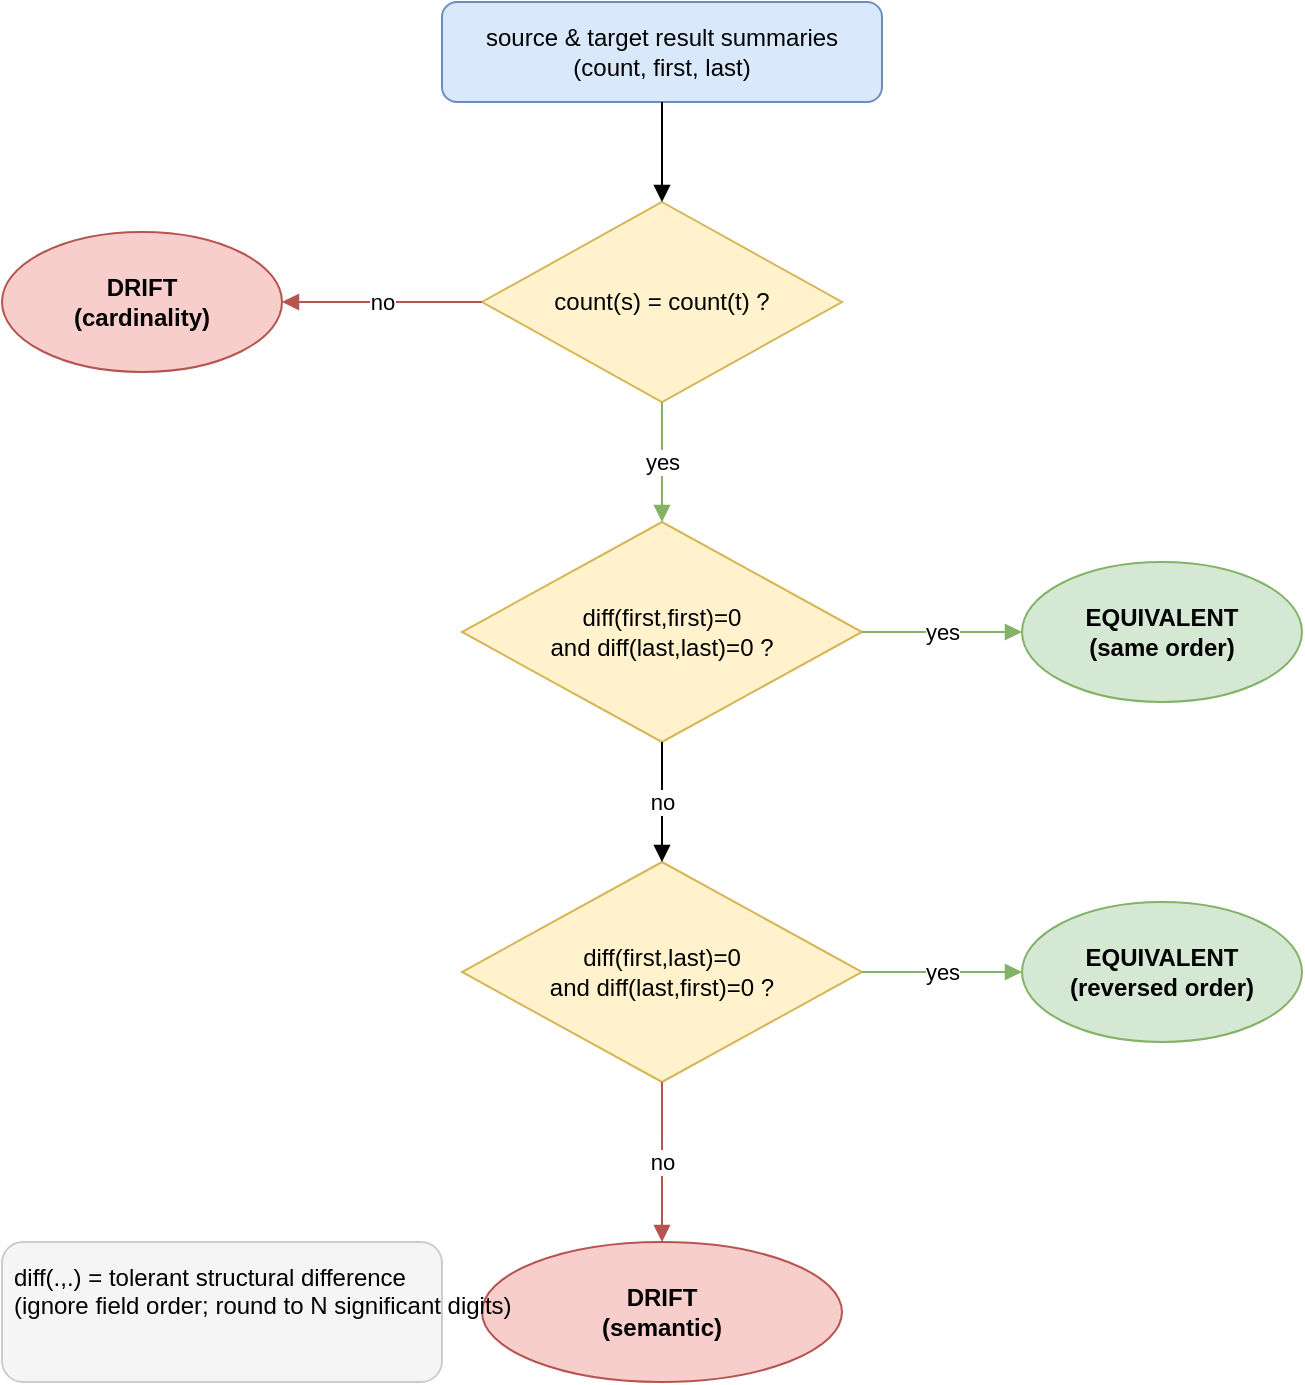
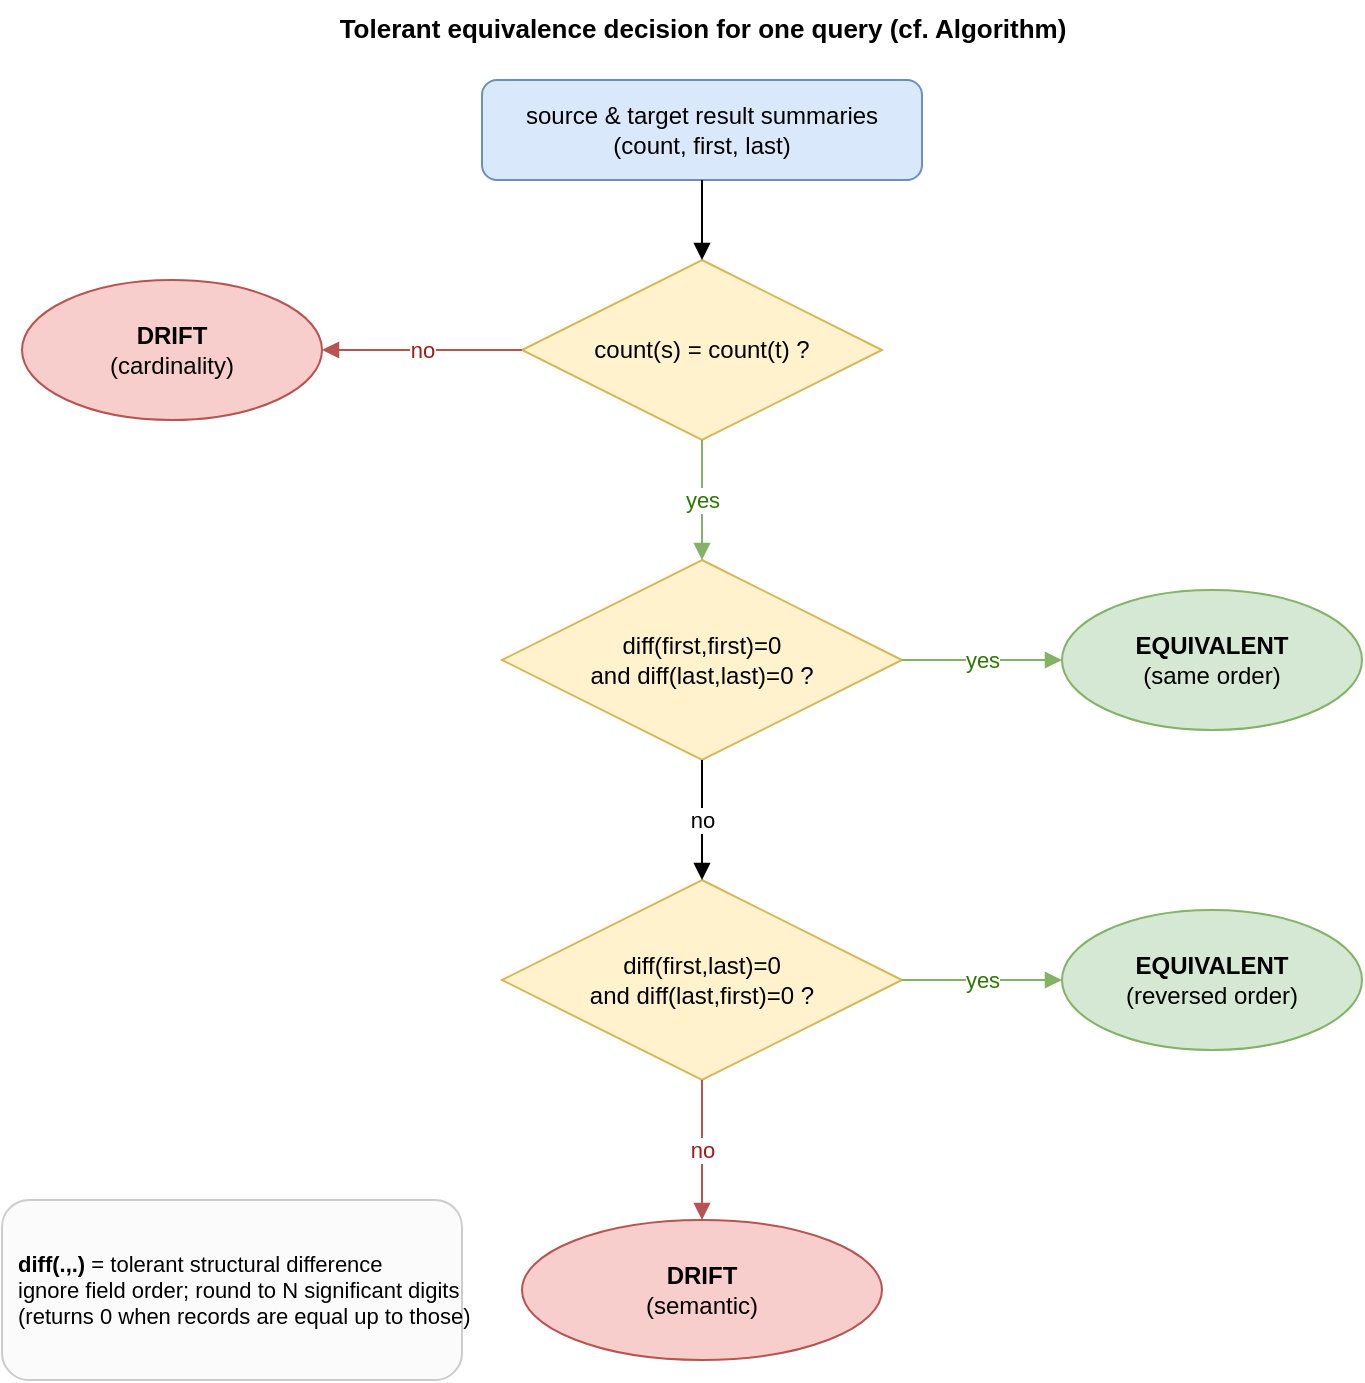
- <mxGraphModel dx="900" dy="900" grid="1" gridSize="10" guides="1" tooltips="1" connect="1" arrows="1" fold="1" page="1" pageScale="1" pageWidth="700" pageHeight="950" math="0" shadow="0">
-   <root>
-     <mxCell id="0"/>
-     <mxCell id="1" parent="0"/>
+ <mxfile host="Electron" agent="Mozilla/5.0" version="27.0.9">
+   <diagram id="uom-equivalence-flow" name="Equivalence Decision">
+     <mxGraphModel dx="900" dy="900" grid="1" gridSize="10" guides="1" tooltips="1" connect="1" arrows="1" fold="1" page="1" pageScale="1" pageWidth="760" pageHeight="780" math="0" shadow="0">
+       <root>
+         <mxCell id="0"/>
+         <mxCell id="1" parent="0"/>

-     <mxCell id="start" value="source &amp; target result summaries&#10;(count, first, last)" style="rounded=1;whiteSpace=wrap;html=1;fillColor=#dae8fc;strokeColor=#6c8ebf" vertex="1" parent="1"><mxGeometry x="250" y="20" width="220" height="50" as="geometry"/></mxCell>
+         <mxCell id="title" value="Tolerant equivalence decision for one query (cf. Algorithm)" style="text;html=1;align=center;fontStyle=1;fontSize=13;fillColor=none" vertex="1" parent="1"><mxGeometry x="170" y="10" width="420" height="24" as="geometry"/></mxCell>

-     <mxCell id="dCount" value="count(s) = count(t) ?" style="rhombus;whiteSpace=wrap;html=1;fillColor=#fff2cc;strokeColor=#d6b656" vertex="1" parent="1"><mxGeometry x="270" y="120" width="180" height="100" as="geometry"/></mxCell>
+         <mxCell id="start" value="source &amp; target result summaries&#10;(count, first, last)" style="rounded=1;whiteSpace=wrap;html=1;fillColor=#dae8fc;strokeColor=#6c8ebf" vertex="1" parent="1"><mxGeometry x="270" y="50" width="220" height="50" as="geometry"/></mxCell>
+         <mxCell id="dCount" value="count(s) = count(t) ?" style="rhombus;whiteSpace=wrap;html=1;fillColor=#fff2cc;strokeColor=#d6b656" vertex="1" parent="1"><mxGeometry x="290" y="140" width="180" height="90" as="geometry"/></mxCell>
+         <mxCell id="dDirect" value="diff(first,first)=0&#10;and diff(last,last)=0 ?" style="rhombus;whiteSpace=wrap;html=1;fillColor=#fff2cc;strokeColor=#d6b656" vertex="1" parent="1"><mxGeometry x="280" y="290" width="200" height="100" as="geometry"/></mxCell>
+         <mxCell id="dSwap" value="diff(first,last)=0&#10;and diff(last,first)=0 ?" style="rhombus;whiteSpace=wrap;html=1;fillColor=#fff2cc;strokeColor=#d6b656" vertex="1" parent="1"><mxGeometry x="280" y="450" width="200" height="100" as="geometry"/></mxCell>

-     <mxCell id="dDirect" value="diff(first,first)=0&#10;and diff(last,last)=0 ?" style="rhombus;whiteSpace=wrap;html=1;fillColor=#fff2cc;strokeColor=#d6b656" vertex="1" parent="1"><mxGeometry x="260" y="280" width="200" height="110" as="geometry"/></mxCell>
+         <mxCell id="passD" value="&lt;b&gt;EQUIVALENT&lt;/b&gt;&#10;(same order)" style="ellipse;whiteSpace=wrap;html=1;fillColor=#d5e8d4;strokeColor=#82b366" vertex="1" parent="1"><mxGeometry x="560" y="305" width="150" height="70" as="geometry"/></mxCell>
+         <mxCell id="passS" value="&lt;b&gt;EQUIVALENT&lt;/b&gt;&#10;(reversed order)" style="ellipse;whiteSpace=wrap;html=1;fillColor=#d5e8d4;strokeColor=#82b366" vertex="1" parent="1"><mxGeometry x="560" y="465" width="150" height="70" as="geometry"/></mxCell>
+         <mxCell id="failC" value="&lt;b&gt;DRIFT&lt;/b&gt;&#10;(cardinality)" style="ellipse;whiteSpace=wrap;html=1;fillColor=#f8cecc;strokeColor=#b85450" vertex="1" parent="1"><mxGeometry x="40" y="150" width="150" height="70" as="geometry"/></mxCell>
+         <mxCell id="failD" value="&lt;b&gt;DRIFT&lt;/b&gt;&#10;(semantic)" style="ellipse;whiteSpace=wrap;html=1;fillColor=#f8cecc;strokeColor=#b85450" vertex="1" parent="1"><mxGeometry x="290" y="620" width="180" height="70" as="geometry"/></mxCell>

-     <mxCell id="dSwap" value="diff(first,last)=0&#10;and diff(last,first)=0 ?" style="rhombus;whiteSpace=wrap;html=1;fillColor=#fff2cc;strokeColor=#d6b656" vertex="1" parent="1"><mxGeometry x="260" y="450" width="200" height="110" as="geometry"/></mxCell>
+         <mxCell id="note" value="&lt;b&gt;diff(.,.)&lt;/b&gt; = tolerant structural difference&#10;ignore field order; round to N significant digits&#10;(returns 0 when records are equal up to those)" style="text;html=1;align=left;verticalAlign=middle;fillColor=#fbfbfb;strokeColor=#cccccc;rounded=1;spacing=8;fontSize=11" vertex="1" parent="1"><mxGeometry x="30" y="610" width="230" height="90" as="geometry"/></mxCell>

-     <mxCell id="passD" value="EQUIVALENT&#10;(same order)" style="ellipse;whiteSpace=wrap;html=1;fillColor=#d5e8d4;strokeColor=#82b366;fontStyle=1" vertex="1" parent="1"><mxGeometry x="540" y="300" width="140" height="70" as="geometry"/></mxCell>
-     <mxCell id="passS" value="EQUIVALENT&#10;(reversed order)" style="ellipse;whiteSpace=wrap;html=1;fillColor=#d5e8d4;strokeColor=#82b366;fontStyle=1" vertex="1" parent="1"><mxGeometry x="540" y="470" width="140" height="70" as="geometry"/></mxCell>
-     <mxCell id="failC" value="DRIFT&#10;(cardinality)" style="ellipse;whiteSpace=wrap;html=1;fillColor=#f8cecc;strokeColor=#b85450;fontStyle=1" vertex="1" parent="1"><mxGeometry x="30" y="135" width="140" height="70" as="geometry"/></mxCell>
-     <mxCell id="failD" value="DRIFT&#10;(semantic)" style="ellipse;whiteSpace=wrap;html=1;fillColor=#f8cecc;strokeColor=#b85450;fontStyle=1" vertex="1" parent="1"><mxGeometry x="270" y="640" width="180" height="70" as="geometry"/></mxCell>
- 
-     <mxCell id="note" value="diff(.,.) = tolerant structural difference&#10;(ignore field order; round to N significant digits)" style="text;html=1;align=left;verticalAlign=top;fillColor=#f5f5f5;strokeColor=#cccccc;rounded=1;spacing=6" vertex="1" parent="1"><mxGeometry x="30" y="640" width="220" height="70" as="geometry"/></mxCell>
- 
-     <mxCell id="f1" style="edgeStyle=orthogonalEdgeStyle;rounded=1;html=1;endArrow=block" edge="1" parent="1" source="start" target="dCount"><mxGeometry relative="1" as="geometry"/></mxCell>
-     <mxCell id="f2" value="no" style="edgeStyle=orthogonalEdgeStyle;rounded=1;html=1;endArrow=block;strokeColor=#b85450" edge="1" parent="1" source="dCount" target="failC"><mxGeometry relative="1" as="geometry"/></mxCell>
-     <mxCell id="f3" value="yes" style="edgeStyle=orthogonalEdgeStyle;rounded=1;html=1;endArrow=block;strokeColor=#82b366" edge="1" parent="1" source="dCount" target="dDirect"><mxGeometry relative="1" as="geometry"/></mxCell>
-     <mxCell id="f4" value="yes" style="edgeStyle=orthogonalEdgeStyle;rounded=1;html=1;endArrow=block;strokeColor=#82b366" edge="1" parent="1" source="dDirect" target="passD"><mxGeometry relative="1" as="geometry"/></mxCell>
-     <mxCell id="f5" value="no" style="edgeStyle=orthogonalEdgeStyle;rounded=1;html=1;endArrow=block" edge="1" parent="1" source="dDirect" target="dSwap"><mxGeometry relative="1" as="geometry"/></mxCell>
-     <mxCell id="f6" value="yes" style="edgeStyle=orthogonalEdgeStyle;rounded=1;html=1;endArrow=block;strokeColor=#82b366" edge="1" parent="1" source="dSwap" target="passS"><mxGeometry relative="1" as="geometry"/></mxCell>
-     <mxCell id="f7" value="no" style="edgeStyle=orthogonalEdgeStyle;rounded=1;html=1;endArrow=block;strokeColor=#b85450" edge="1" parent="1" source="dSwap" target="failD"><mxGeometry relative="1" as="geometry"/></mxCell>
-   </root>
- </mxGraphModel>
+         <mxCell id="f1" style="edgeStyle=orthogonalEdgeStyle;rounded=1;html=1;endArrow=block" edge="1" parent="1" source="start" target="dCount"><mxGeometry relative="1" as="geometry"/></mxCell>
+         <mxCell id="f2" value="no" style="edgeStyle=orthogonalEdgeStyle;rounded=1;html=1;endArrow=block;strokeColor=#b85450;fontColor=#a01a16" edge="1" parent="1" source="dCount" target="failC"><mxGeometry relative="1" as="geometry"/></mxCell>
+         <mxCell id="f3" value="yes" style="edgeStyle=orthogonalEdgeStyle;rounded=1;html=1;endArrow=block;strokeColor=#82b366;fontColor=#2d7600" edge="1" parent="1" source="dCount" target="dDirect"><mxGeometry relative="1" as="geometry"/></mxCell>
+         <mxCell id="f4" value="yes" style="edgeStyle=orthogonalEdgeStyle;rounded=1;html=1;endArrow=block;strokeColor=#82b366;fontColor=#2d7600" edge="1" parent="1" source="dDirect" target="passD"><mxGeometry relative="1" as="geometry"/></mxCell>
+         <mxCell id="f5" value="no" style="edgeStyle=orthogonalEdgeStyle;rounded=1;html=1;endArrow=block" edge="1" parent="1" source="dDirect" target="dSwap"><mxGeometry relative="1" as="geometry"/></mxCell>
+         <mxCell id="f6" value="yes" style="edgeStyle=orthogonalEdgeStyle;rounded=1;html=1;endArrow=block;strokeColor=#82b366;fontColor=#2d7600" edge="1" parent="1" source="dSwap" target="passS"><mxGeometry relative="1" as="geometry"/></mxCell>
+         <mxCell id="f7" value="no" style="edgeStyle=orthogonalEdgeStyle;rounded=1;html=1;endArrow=block;strokeColor=#b85450;fontColor=#a01a16" edge="1" parent="1" source="dSwap" target="failD"><mxGeometry relative="1" as="geometry"/></mxCell>
+       </root>
+     </mxGraphModel>
+   </diagram>
+ </mxfile>
